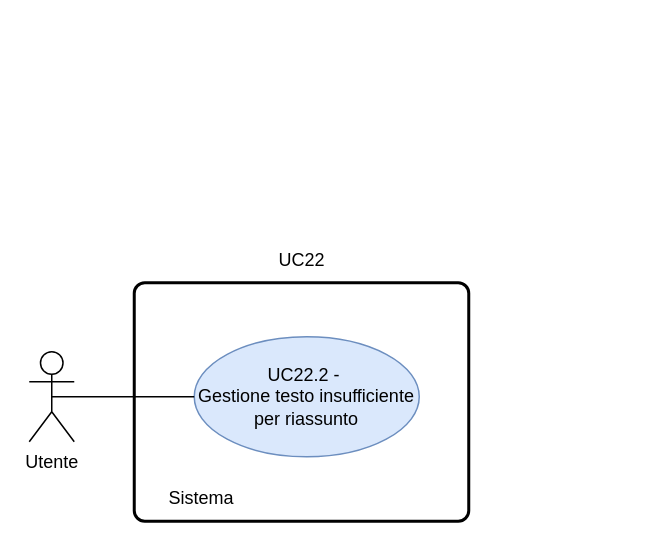
Above: RTB/doc_esterna/analisi-dei-requisiti/assets/draw.io/UC22.2.drawio in thebitless-group-swe/thebitless.github.io (draw.io), before the change. Source tidied: cells renumbered, new cells numbered last; positions are measured from the earlier drawing's top-left corner, leaving out a move shared by most shapes. Both pictures are drawn from the tidied source at 150%, with x=0, y=0 at pixel (28, 237).
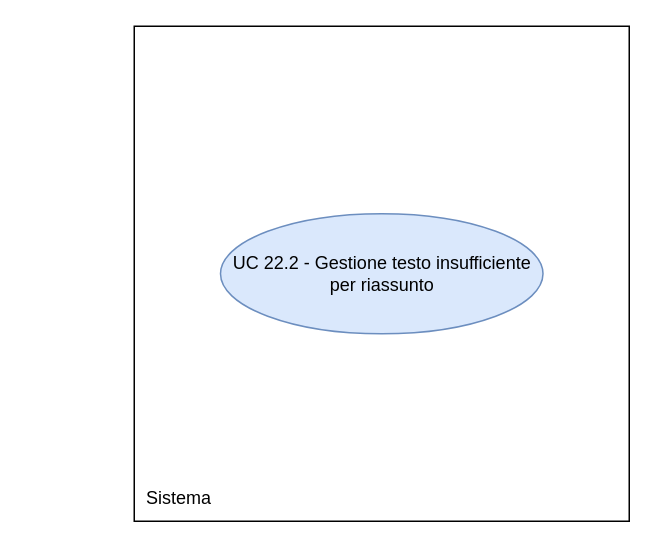
The same page after the edit.

Diff of the diagram source:
```diff
@@
 <mxGraphModel>
   <root>
     <mxCell id="0" />
     <mxCell id="1" parent="0" />
-    <mxCell id="2" style="rounded=1;whiteSpace=wrap;html=1;absoluteArcSize=1;arcSize=14;strokeWidth=2;" parent="1" vertex="1">
-      <mxGeometry x="70" y="30" width="223" height="159" as="geometry" />
-    </mxCell>
-    <mxCell id="3" value="Utente" style="shape=umlActor;verticalLabelPosition=bottom;verticalAlign=top;html=1;outlineConnect=0;" parent="1" vertex="1">
-      <mxGeometry y="76" width="30" height="60" as="geometry" />
-    </mxCell>
+    <mxCell id="8" style="whiteSpace=wrap;html=1;" parent="1" vertex="1">
+      <mxGeometry x="70" y="-141" width="330" height="330" as="geometry" />
+    </mxCell>
     <mxCell id="4" value="Sistema" style="text;html=1;whiteSpace=wrap;strokeColor=none;fillColor=none;align=center;verticalAlign=middle;rounded=0;" parent="1" vertex="1">
-      <mxGeometry x="70" y="159" width="90" height="30" as="geometry" />
+      <mxGeometry x="70" y="159" width="60" height="30" as="geometry" />
     </mxCell>
-    <mxCell id="5" value="UC22.2 -&amp;nbsp;&lt;div&gt;Gestione testo insufficiente per riassunto&lt;/div&gt;" style="ellipse;whiteSpace=wrap;html=1;fillColor=#dae8fc;strokeColor=#6c8ebf;" parent="1" vertex="1">
-      <mxGeometry x="110" y="66" width="150" height="80" as="geometry" />
-    </mxCell>
-    <mxCell id="6" style="endArrow=none;html=1;rounded=0;exitX=0.5;exitY=0.5;exitDx=0;exitDy=0;exitPerimeter=0;entryX=0;entryY=0.5;entryDx=0;entryDy=0;" parent="1" edge="1" source="3" target="5">
-      <mxGeometry relative="1" as="geometry" />
-    </mxCell>
-    <mxCell id="7" value="UC22" style="text;html=1;whiteSpace=wrap;strokeColor=none;fillColor=none;align=center;verticalAlign=middle;rounded=0;" parent="1" vertex="1">
-      <mxGeometry x="151.5" width="60" height="30" as="geometry" />
-    </mxCell>
+    <mxCell id="9" value="UC 22.2 - Gestione testo insufficiente per riassunto" style="ellipse;whiteSpace=wrap;html=1;fillColor=#dae8fc;strokeColor=#6c8ebf;" parent="1" vertex="1">
+      <mxGeometry x="127.5" y="-16" width="215" height="80" as="geometry" />
+    </mxCell>
   </root>
 </mxGraphModel>
```
